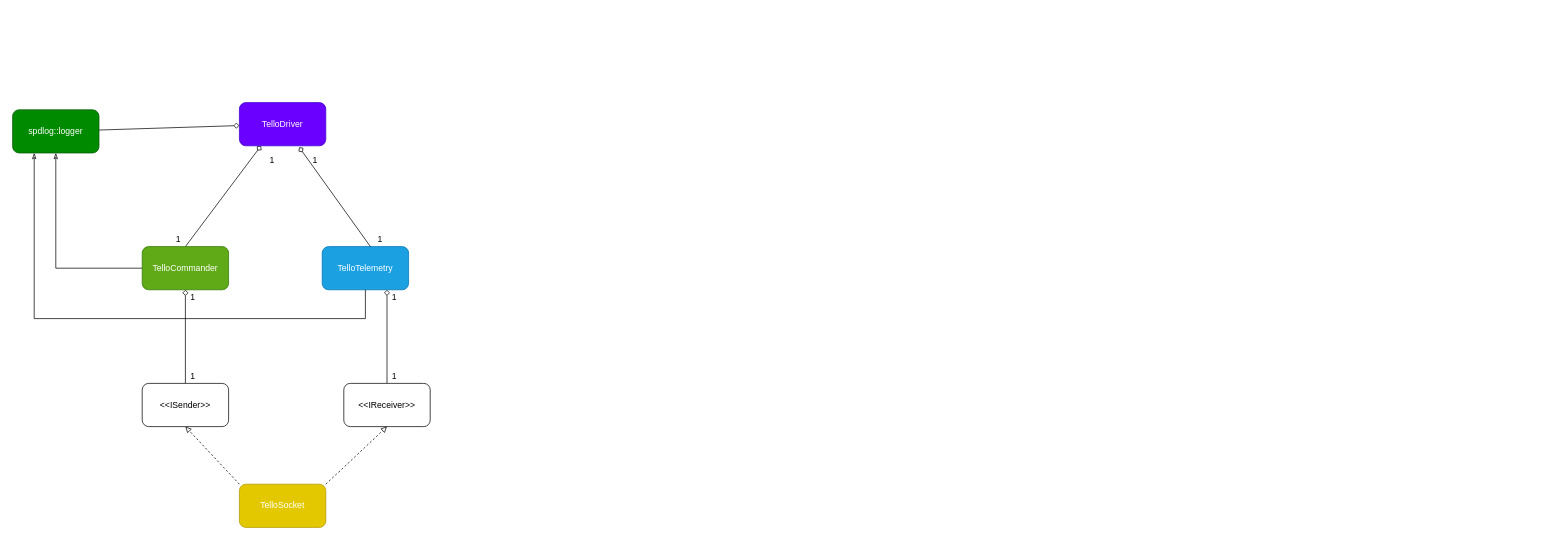
The draw.io diagram page "ClassRelation" (1 of 8) of docs/TelloDriver.drawio in GalBrandwine/tello_driver, before the edit. Source tidied: cells renumbered, new cells numbered last; positions are measured from the earlier drawing's top-left corner, leaving out a move shared by most shapes. Both pictures are drawn from the tidied source at 72%, with x=0, y=0 at pixel (12, 102).
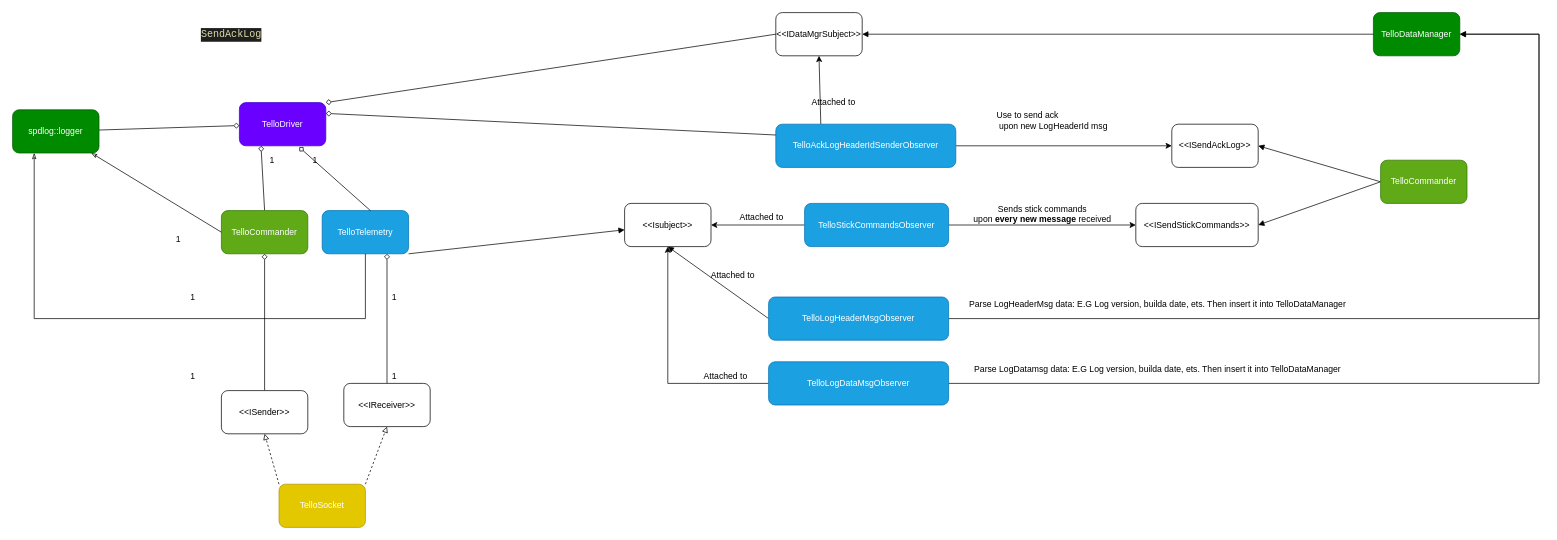
The same diagram, later.

Unchanged cells that the change refers to:
```xml
<mxCell id="4" value="TelloDriver" style="rounded=1;whiteSpace=wrap;html=1;fillColor=#6a00ff;strokeColor=#3700CC;fontColor=#ffffff;" parent="1" vertex="1">
  <mxGeometry x="315" width="120" height="60" as="geometry" />
</mxCell>
<mxCell id="15" value="&lt;div style=&quot;line-height: 19px&quot;&gt;spdlog::logger&lt;/div&gt;" style="whiteSpace=wrap;html=1;rounded=1;fontColor=#ffffff;strokeColor=#005700;fillColor=#008a00;" parent="1" vertex="1">
  <mxGeometry y="10" width="120" height="60" as="geometry" />
</mxCell>
```

Change to the diagram source:
```diff
@@
     <mxCell id="6" value="&lt;div style=&quot;line-height: 19px&quot;&gt;TelloCommander&lt;/div&gt;" style="rounded=1;whiteSpace=wrap;html=1;fillColor=#60a917;strokeColor=#2D7600;fontColor=#ffffff;" parent="1" vertex="1">
-      <mxGeometry x="180" y="200" width="120" height="60" as="geometry" />
+      <mxGeometry x="290" y="150" width="120" height="60" as="geometry" />
     </mxCell>
@@
+    <mxCell id="26" style="edgeStyle=none;rounded=0;jettySize=auto;html=1;exitX=1;exitY=1;exitDx=0;exitDy=0;endArrow=block;endFill=1;" parent="1" edge="1" source="8" target="42">
+      <mxGeometry relative="1" as="geometry" />
+    </mxCell>
     <mxCell id="8" value="&lt;div style=&quot;line-height: 19px&quot;&gt;&lt;div style=&quot;line-height: 19px&quot;&gt;TelloTelemetry&lt;/div&gt;&lt;/div&gt;" style="rounded=1;whiteSpace=wrap;html=1;fillColor=#1ba1e2;strokeColor=#006EAF;fontColor=#ffffff;" parent="1" vertex="1">
-      <mxGeometry x="430" y="200" width="120" height="60" as="geometry" />
+      <mxGeometry x="430" y="150" width="120" height="60" as="geometry" />
     </mxCell>
@@
-    <mxCell id="10" value="1" style="text;html=1;align=center;verticalAlign=middle;" parent="1" vertex="1">
-      <mxGeometry x="500" y="180" width="20" height="20" as="geometry" />
-    </mxCell>
@@
     <mxCell id="14" style="edgeStyle=none;rounded=0;jettySize=auto;html=1;endArrow=classicThin;endFill=0;exitX=0;exitY=0.5;exitDx=0;exitDy=0;" parent="1" edge="1" source="6" target="15">
-      <mxGeometry relative="1" as="geometry">
-        <Array as="points">
-          <mxPoint x="60" y="230" />
-        </Array>
-      </mxGeometry>
+      <mxGeometry relative="1" as="geometry" />
     </mxCell>
@@
     <mxCell id="17" value="&amp;lt;&amp;lt;ISender&amp;gt;&amp;gt;" style="rounded=1;whiteSpace=wrap;html=1;" parent="1" vertex="1">
-      <mxGeometry x="180" y="390" width="120" height="60" as="geometry" />
+      <mxGeometry x="290" y="400" width="120" height="60" as="geometry" />
     </mxCell>
@@
     <mxCell id="24" value="TelloSocket" style="rounded=1;whiteSpace=wrap;html=1;fillColor=#e3c800;strokeColor=#B09500;fontColor=#ffffff;" parent="1" vertex="1">
-      <mxGeometry x="315" y="530" width="120" height="60" as="geometry" />
+      <mxGeometry x="370" y="530" width="120" height="60" as="geometry" />
     </mxCell>
@@
+    <mxCell id="27" value="&amp;lt;&amp;lt;IDataMgrSubject&amp;gt;&amp;gt;" style="rounded=1;whiteSpace=wrap;html=1;" parent="1" vertex="1">
+      <mxGeometry x="1060" y="-125" width="120" height="60" as="geometry" />
+    </mxCell>
+    <mxCell id="28" style="rounded=0;jettySize=auto;html=1;exitX=0;exitY=0.5;exitDx=0;exitDy=0;entryX=1;entryY=0;entryDx=0;entryDy=0;endArrow=diamond;endFill=0;" parent="1" edge="1" source="27" target="4">
+      <mxGeometry relative="1" as="geometry" />
+    </mxCell>
+    <mxCell id="29" style="rounded=0;jettySize=auto;html=1;exitX=0.25;exitY=0;exitDx=0;exitDy=0;entryX=0.5;entryY=1;entryDx=0;entryDy=0;" parent="1" edge="1" source="31" target="27">
+      <mxGeometry relative="1" as="geometry" />
+    </mxCell>
+    <mxCell id="30" style="edgeStyle=none;rounded=0;jettySize=auto;html=1;exitX=1;exitY=0.5;exitDx=0;exitDy=0;entryX=0;entryY=0.5;entryDx=0;entryDy=0;endArrow=classic;endFill=1;" parent="1" edge="1" source="31" target="43">
+      <mxGeometry relative="1" as="geometry" />
+    </mxCell>
+    <mxCell id="31" value="&lt;div style=&quot;line-height: 19px&quot;&gt;TelloAckLogHeaderIdSenderObserver&lt;/div&gt;" style="rounded=1;whiteSpace=wrap;html=1;fillColor=#1ba1e2;strokeColor=#006EAF;fontColor=#ffffff;" parent="1" vertex="1">
+      <mxGeometry x="1060" y="30" width="250" height="60" as="geometry" />
+    </mxCell>
+    <mxCell id="32" style="rounded=0;jettySize=auto;html=1;exitX=0;exitY=0.25;exitDx=0;exitDy=0;entryX=1;entryY=0.25;entryDx=0;entryDy=0;endArrow=diamond;endFill=0;" parent="1" edge="1" source="31" target="4">
+      <mxGeometry relative="1" as="geometry" />
+    </mxCell>
+    <mxCell id="33" value="Attached to" style="text;html=1;align=center;verticalAlign=middle;" parent="1" vertex="1">
+      <mxGeometry x="1100" y="-10" width="80" height="20" as="geometry" />
+    </mxCell>
+    <mxCell id="34" value="&amp;lt;&amp;lt;ISendStickCommands&amp;gt;&amp;gt;" style="rounded=1;whiteSpace=wrap;html=1;" parent="1" vertex="1">
+      <mxGeometry x="1560" y="140" width="170" height="60" as="geometry" />
+    </mxCell>
+    <mxCell id="35" value="Use to send ack&lt;br&gt;&amp;nbsp;upon new LogHeaderId msg" style="text;html=1;align=left;verticalAlign=middle;" parent="1" vertex="1">
+      <mxGeometry x="1365" y="10" width="170" height="30" as="geometry" />
+    </mxCell>
+    <mxCell id="36" style="edgeStyle=none;rounded=0;jettySize=auto;html=1;exitX=0;exitY=0.5;exitDx=0;exitDy=0;entryX=1;entryY=0.5;entryDx=0;entryDy=0;" parent="1" edge="1" source="38" target="42">
+      <mxGeometry relative="1" as="geometry" />
+    </mxCell>
+    <mxCell id="37" style="edgeStyle=none;rounded=0;jettySize=auto;html=1;exitX=1;exitY=0.5;exitDx=0;exitDy=0;entryX=0;entryY=0.5;entryDx=0;entryDy=0;endArrow=classic;endFill=1;" parent="1" edge="1" source="38" target="34">
+      <mxGeometry relative="1" as="geometry" />
+    </mxCell>
+    <mxCell id="38" value="&lt;div style=&quot;line-height: 19px&quot;&gt;TelloStickCommandsObserver&lt;br&gt;&lt;/div&gt;" style="rounded=1;whiteSpace=wrap;html=1;fillColor=#1ba1e2;strokeColor=#006EAF;fontColor=#ffffff;" parent="1" vertex="1">
+      <mxGeometry x="1100" y="140" width="200" height="60" as="geometry" />
+    </mxCell>
+    <mxCell id="39" value="Attached to" style="text;html=1;align=center;verticalAlign=middle;" parent="1" vertex="1">
+      <mxGeometry x="1000" y="150" width="80" height="20" as="geometry" />
+    </mxCell>
+    <mxCell id="40" value="Sends stick commands&lt;br&gt;upon &lt;b&gt;every new message&lt;/b&gt; received" style="text;html=1;align=center;verticalAlign=middle;" parent="1" vertex="1">
+      <mxGeometry x="1325" y="140" width="210" height="30" as="geometry" />
+    </mxCell>
+    <mxCell id="41" style="edgeStyle=orthogonalEdgeStyle;rounded=0;jettySize=auto;html=1;exitX=0;exitY=0.5;exitDx=0;exitDy=0;entryX=0.5;entryY=1;entryDx=0;entryDy=0;" parent="1" edge="1" source="56" target="42">
+      <mxGeometry relative="1" as="geometry" />
+    </mxCell>
+    <mxCell id="42" value="&amp;lt;&amp;lt;Isubject&amp;gt;&amp;gt;" style="rounded=1;whiteSpace=wrap;html=1;" parent="1" vertex="1">
+      <mxGeometry x="850" y="140" width="120" height="60" as="geometry" />
+    </mxCell>
+    <mxCell id="43" value="&amp;lt;&amp;lt;ISendAckLog&amp;gt;&amp;gt;" style="rounded=1;whiteSpace=wrap;html=1;" parent="1" vertex="1">
+      <mxGeometry x="1610" y="30" width="120" height="60" as="geometry" />
+    </mxCell>
+    <mxCell id="44" value="&lt;div style=&quot;color: rgb(212, 212, 212); background-color: rgb(30, 30, 30); font-family: &amp;quot;droid sans mono&amp;quot;, monospace, monospace, &amp;quot;droid sans fallback&amp;quot;; font-weight: normal; font-size: 14px; line-height: 19px;&quot;&gt;&lt;div&gt;&lt;span style=&quot;color: #dcdcaa&quot;&gt;SendAckLog&lt;/span&gt;&lt;/div&gt;&lt;/div&gt;" style="text;whiteSpace=wrap;html=1;" parent="1" vertex="1">
+      <mxGeometry x="260" y="-110" width="180" height="30" as="geometry" />
+    </mxCell>
+    <mxCell id="45" style="edgeStyle=none;rounded=0;jettySize=auto;html=1;exitX=0;exitY=0.5;exitDx=0;exitDy=0;entryX=1;entryY=0.5;entryDx=0;entryDy=0;endArrow=block;endFill=1;" parent="1" edge="1" source="47" target="43">
+      <mxGeometry relative="1" as="geometry" />
+    </mxCell>
+    <mxCell id="46" style="edgeStyle=none;rounded=0;jettySize=auto;html=1;exitX=0;exitY=0.5;exitDx=0;exitDy=0;entryX=1;entryY=0.5;entryDx=0;entryDy=0;endArrow=block;endFill=1;" parent="1" edge="1" source="47" target="34">
+      <mxGeometry relative="1" as="geometry" />
+    </mxCell>
+    <mxCell id="47" value="&lt;div style=&quot;line-height: 19px&quot;&gt;TelloCommander&lt;/div&gt;" style="rounded=1;whiteSpace=wrap;html=1;fillColor=#60a917;strokeColor=#2D7600;fontColor=#ffffff;" parent="1" vertex="1">
+      <mxGeometry x="1900" y="80" width="120" height="60" as="geometry" />
+    </mxCell>
+    <mxCell id="48" style="edgeStyle=none;rounded=0;jettySize=auto;html=1;exitX=1;exitY=0.5;exitDx=0;exitDy=0;endArrow=block;endFill=1;" parent="1" edge="1" source="49">
+      <mxGeometry relative="1" as="geometry">
+        <mxPoint x="1180" y="-95" as="targetPoint" />
+      </mxGeometry>
+    </mxCell>
+    <mxCell id="49" value="TelloDataManager" style="rounded=1;whiteSpace=wrap;html=1;fillColor=#008a00;strokeColor=#005700;fontColor=#ffffff;" parent="1" vertex="1">
+      <mxGeometry x="1890" y="-125" width="120" height="60" as="geometry" />
+    </mxCell>
+    <mxCell id="50" style="edgeStyle=none;rounded=0;jettySize=auto;html=1;exitX=0;exitY=0.5;exitDx=0;exitDy=0;entryX=0.5;entryY=1;entryDx=0;entryDy=0;endArrow=block;endFill=1;" parent="1" edge="1" source="52" target="42">
+      <mxGeometry relative="1" as="geometry" />
+    </mxCell>
+    <mxCell id="51" style="edgeStyle=none;rounded=0;jettySize=auto;html=1;exitX=1;exitY=0.5;exitDx=0;exitDy=0;entryX=1;entryY=0.5;entryDx=0;entryDy=0;endArrow=block;endFill=1;" parent="1" edge="1" source="52" target="49">
+      <mxGeometry relative="1" as="geometry">
+        <Array as="points">
+          <mxPoint x="2120" y="300" />
+          <mxPoint x="2120" y="-95" />
+        </Array>
+      </mxGeometry>
+    </mxCell>
+    <mxCell id="52" value="&lt;div style=&quot;line-height: 19px&quot;&gt;TelloLogHeaderMsgObserver&lt;br&gt;&lt;/div&gt;" style="rounded=1;whiteSpace=wrap;html=1;fillColor=#1ba1e2;strokeColor=#006EAF;fontColor=#ffffff;" parent="1" vertex="1">
+      <mxGeometry x="1050" y="270" width="250" height="60" as="geometry" />
+    </mxCell>
+    <mxCell id="53" value="Attached to" style="text;html=1;align=center;verticalAlign=middle;" parent="1" vertex="1">
+      <mxGeometry x="960" y="230" width="80" height="20" as="geometry" />
+    </mxCell>
+    <mxCell id="54" value="Parse LogHeaderMsg data: E.G Log version, builda date, ets. Then insert it into TelloDataManager" style="text;html=1;align=center;verticalAlign=middle;" parent="1" vertex="1">
+      <mxGeometry x="1320" y="270" width="540" height="20" as="geometry" />
+    </mxCell>
+    <mxCell id="55" style="edgeStyle=orthogonalEdgeStyle;rounded=0;jettySize=auto;html=1;exitX=1;exitY=0.5;exitDx=0;exitDy=0;entryX=1;entryY=0.5;entryDx=0;entryDy=0;" parent="1" edge="1" source="56" target="49">
+      <mxGeometry relative="1" as="geometry">
+        <Array as="points">
+          <mxPoint x="2120" y="390" />
+          <mxPoint x="2120" y="-95" />
+        </Array>
+      </mxGeometry>
+    </mxCell>
+    <mxCell id="56" value="&lt;div style=&quot;line-height: 19px&quot;&gt;TelloLogDataMsgObserver&lt;br&gt;&lt;/div&gt;" style="rounded=1;whiteSpace=wrap;html=1;fillColor=#1ba1e2;strokeColor=#006EAF;fontColor=#ffffff;" parent="1" vertex="1">
+      <mxGeometry x="1050" y="360" width="250" height="60" as="geometry" />
+    </mxCell>
+    <mxCell id="57" value="Attached to" style="text;html=1;align=center;verticalAlign=middle;" parent="1" vertex="1">
+      <mxGeometry x="950" y="370" width="80" height="20" as="geometry" />
+    </mxCell>
+    <mxCell id="58" value="Parse LogDatamsg data: E.G Log version, builda date, ets. Then insert it into TelloDataManager" style="text;html=1;align=center;verticalAlign=middle;" parent="1" vertex="1">
+      <mxGeometry x="1330" y="360" width="520" height="20" as="geometry" />
+    </mxCell>
```
